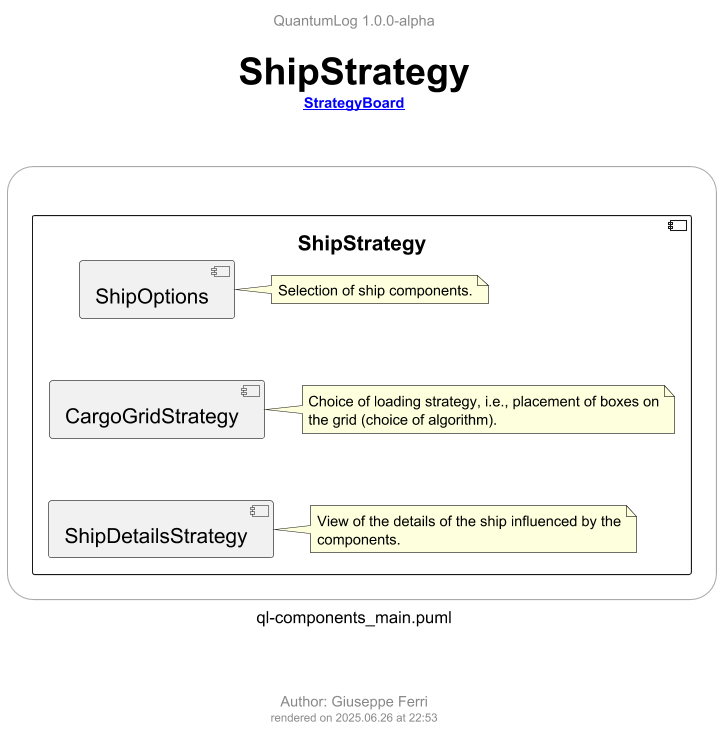
Before: docs/ql-diagram/ql-components/ql-components_main_shipstrategy.png, a diagram exported from PlantUML (JoeFerri/QuantumLog). Source of this version:
```plantuml
@startuml ql-components_main_shipstrategy
!$title = "ShipStrategy"
!$rootLink = "[[ql-components_main_strategyboard.png {go to StrategyBoard diagram} StrategyBoard]]"
!$author = "Giuseppe Ferri"

!include ../templates/ql-template-main.iuml
!include ../templates/styles/ql-style-lib.iuml

rectangle r <<frame>> {

  component [ShipStrategy] {

      component [ShipOptions]
        !$note = "Selection of ship components."
        $qlNoteRel(nShipOptions, [ShipOptions], ".l.", $note)

      component [CargoGridStrategy]
        !$note = "Choice of loading strategy, i.e., placement of boxes on the grid (choice of algorithm)."
        $qlNoteRel(nCargoGridStrategy, [CargoGridStrategy], ".l.", $note)

      component [ShipDetailsStrategy]
        !$note = "View of the details of the ship influenced by the components."
        $qlNoteRel(nShipDetailsStrategy, [ShipDetailsStrategy], ".l.", $note)
  }

}

ShipOptions -[hidden]-> CargoGridStrategy
CargoGridStrategy -[hidden]-> ShipDetailsStrategy

@enduml
```
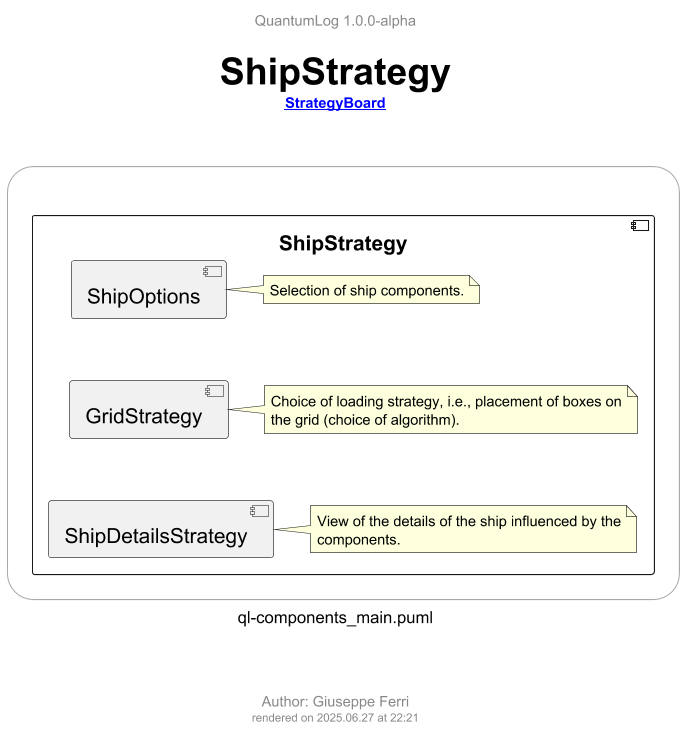
The same file after the commit.

Diff of the diagram source:
```diff
@@ -14,9 +14,9 @@
         !$note = "Selection of ship components."
         $qlNoteRel(nShipOptions, [ShipOptions], ".l.", $note)
 
-      component [CargoGridStrategy]
+      component [GridStrategy]
         !$note = "Choice of loading strategy, i.e., placement of boxes on the grid (choice of algorithm)."
-        $qlNoteRel(nCargoGridStrategy, [CargoGridStrategy], ".l.", $note)
+        $qlNoteRel(nGridStrategy, [GridStrategy], ".l.", $note)
 
       component [ShipDetailsStrategy]
         !$note = "View of the details of the ship influenced by the components."
@@ -25,7 +25,7 @@
 
 }
 
-ShipOptions -[hidden]-> CargoGridStrategy
-CargoGridStrategy -[hidden]-> ShipDetailsStrategy
+ShipOptions -[hidden]-> GridStrategy
+GridStrategy -[hidden]-> ShipDetailsStrategy
 
 @enduml
```
